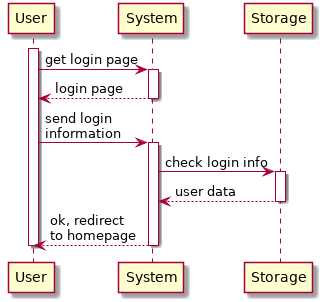
Before: RASD/images/useCases/login.png, a diagram exported from PlantUML (GiorgioUghini/SafeStreets). Its diagram source:
```plantuml
@startuml login
    autoactivate on

    participant User as U
    participant System as S
    participant Storage as ST

    activate U
    U -> S: get login page
    return login page
    U -> S: send login\ninformation
    S -> ST: check login info
    return user data
    return ok, redirect\nto homepage
    deactivate U
@enduml
```
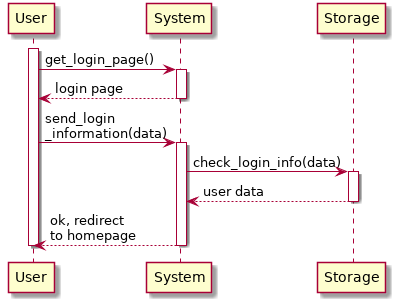
The same file after the commit.

The edit, as a diff of the source:
```diff
@@ -6,10 +6,10 @@
     participant Storage as ST
 
     activate U
-    U -> S: get login page
+    U -> S: get_login_page()
     return login page
-    U -> S: send login\ninformation
-    S -> ST: check login info
+    U -> S: send_login\n_information(data)
+    S -> ST: check_login_info(data)
     return user data
     return ok, redirect\nto homepage
     deactivate U
```
